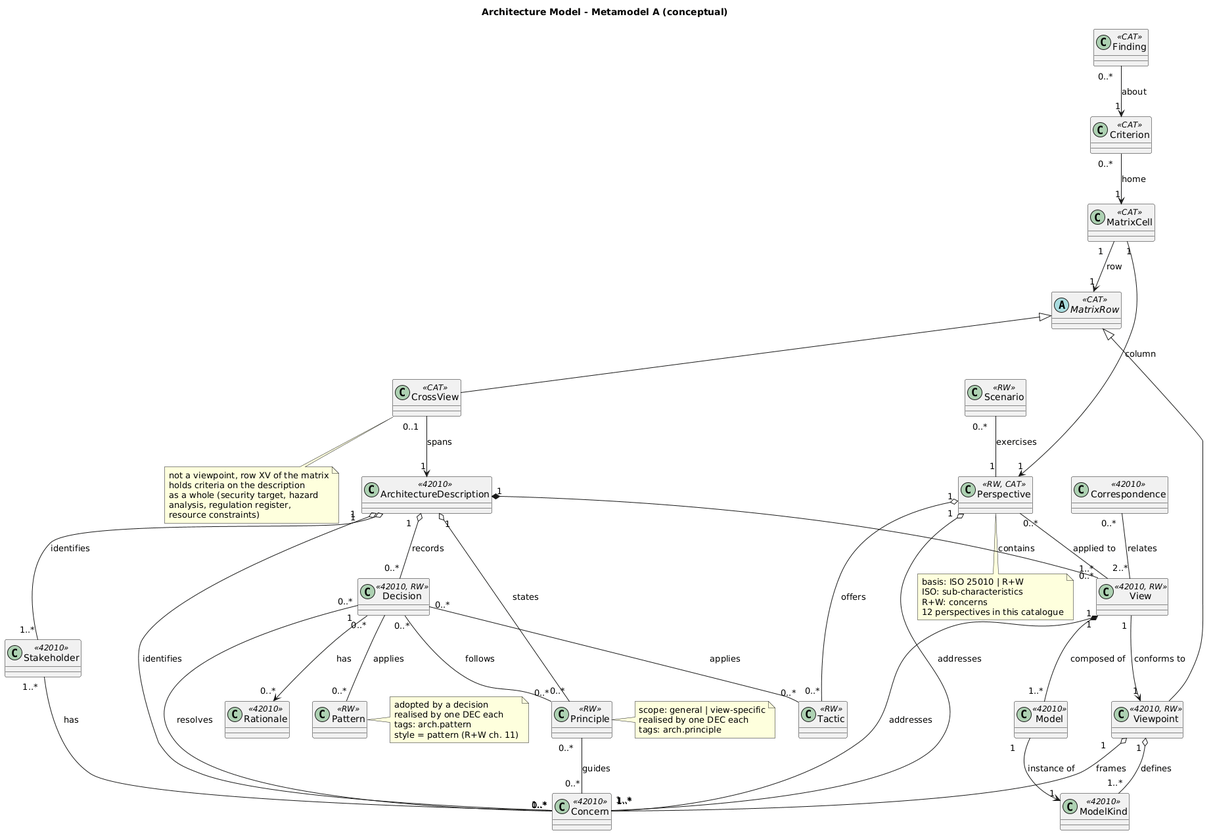
The PlantUML diagram .specmgr/feat/feat-267-arch-rvw/arch-metamodel-a-conceptual.png in dfch/biz.dfch.SpecMgr, before a commit.
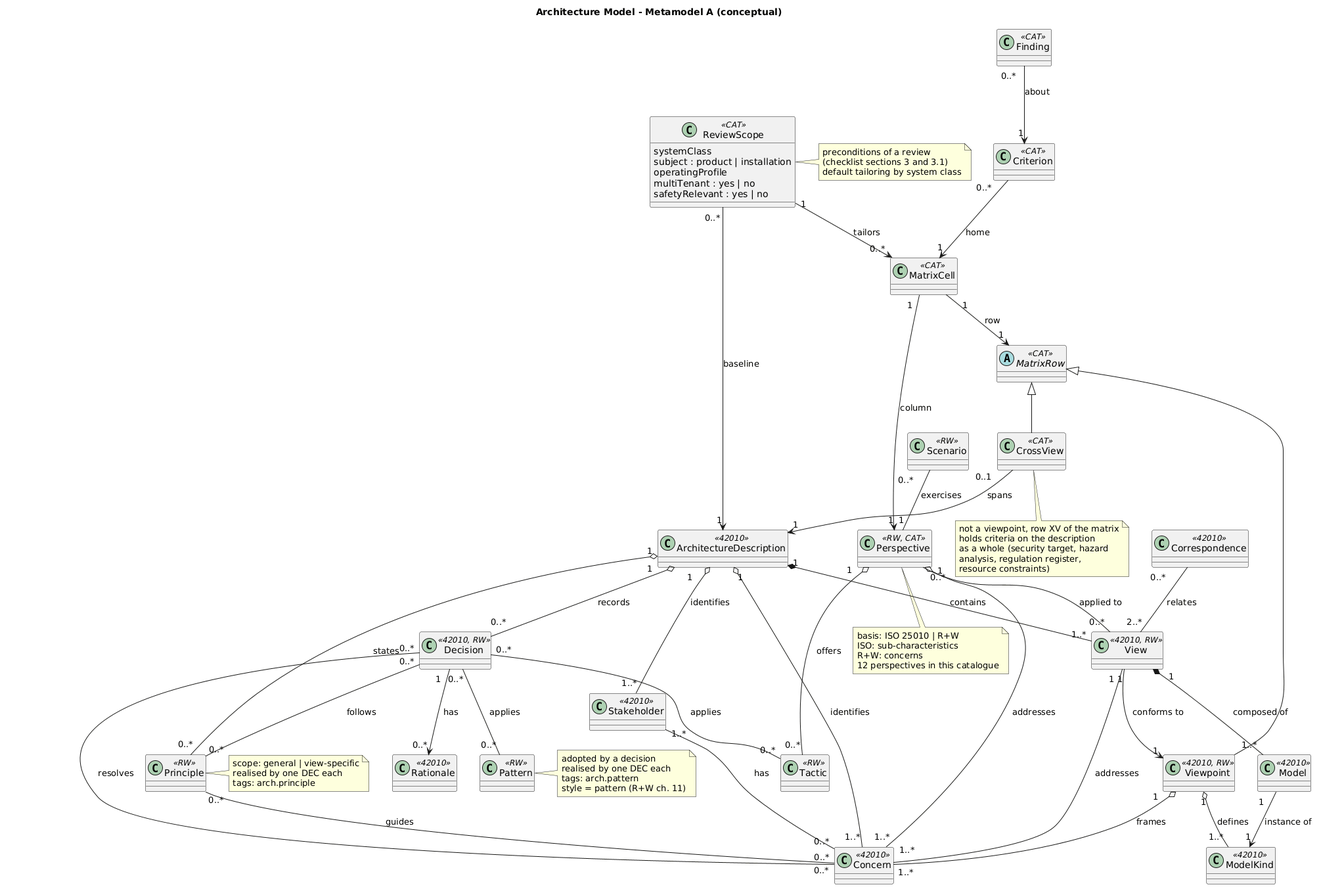
Later version of the same file.

Commit message:
docs(feat-267): tenancy and extension criteria, COBIT 2019 maturity scale, metamodel update

Diff of the diagram source:
```diff
@@ -1,4 +1,4 @@
-@startuml arch-metamodel-a-conceptual
+@startuml
 title Architecture Model - Metamodel A (conceptual)
 
 
@@ -22,6 +22,13 @@
 class "Criterion" as CRI <<CAT>>
 class "MatrixCell" as CELL <<CAT>>
 class "Finding" as FND <<CAT>>
+class "ReviewScope" as SCP <<CAT>> {
+  systemClass
+  subject : product | installation
+  operatingProfile
+  multiTenant : yes | no
+  safetyRelevant : yes | no
+}
 
 AD "1" *-- "1..*" VW : contains
 AD "1" o-- "1..*" SH : identifies
@@ -56,6 +63,8 @@
 CELL "1" --> "1" PSP : column
 CRI "0..*" --> "1" CELL : home
 FND "0..*" --> "1" CRI : about
+SCP "0..*" --> "1" AD : baseline
+SCP "1" --> "0..*" CELL : tailors
 
 note right of PRC
   scope: general | view-specific
@@ -77,6 +86,12 @@
   12 perspectives in this catalogue
 end note
 
+note right of SCP
+  preconditions of a review
+  (checklist sections 3 and 3.1)
+  default tailoring by system class
+end note
+
 note bottom of XV
   not a viewpoint, row XV of the matrix
   holds criteria on the description
@@ -84,5 +99,4 @@
   analysis, regulation register,
   resource constraints)
 end note
-
 @enduml
```
